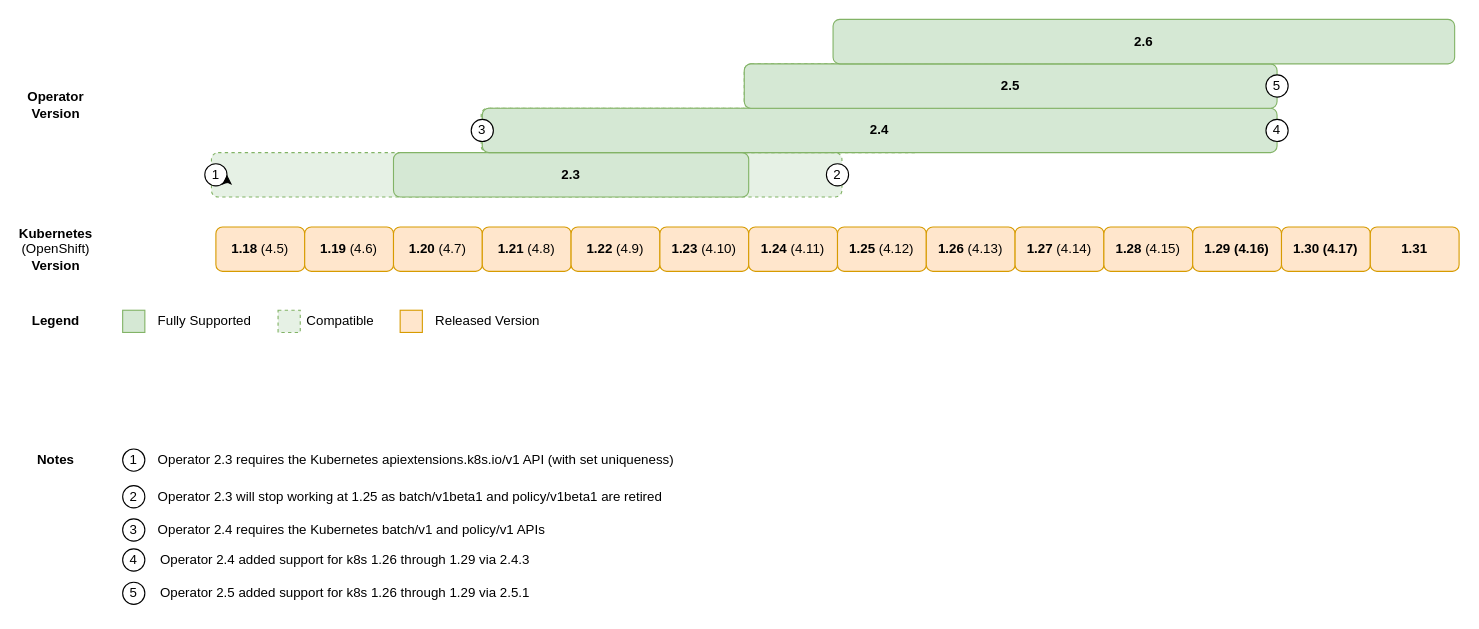
Before: page "Compat Kuberentes" (1 of 3) of drawio-charts/k8s-compat.drawio in couchbase/docs-operator, a draw.io diagram. Source tidied: cells renumbered, new cells numbered last; positions are measured from the earlier drawing's top-left corner, leaving out a move shared by most shapes. Both pictures are drawn from the tidied source at 111%, with x=0, y=0 at pixel (22, 19).
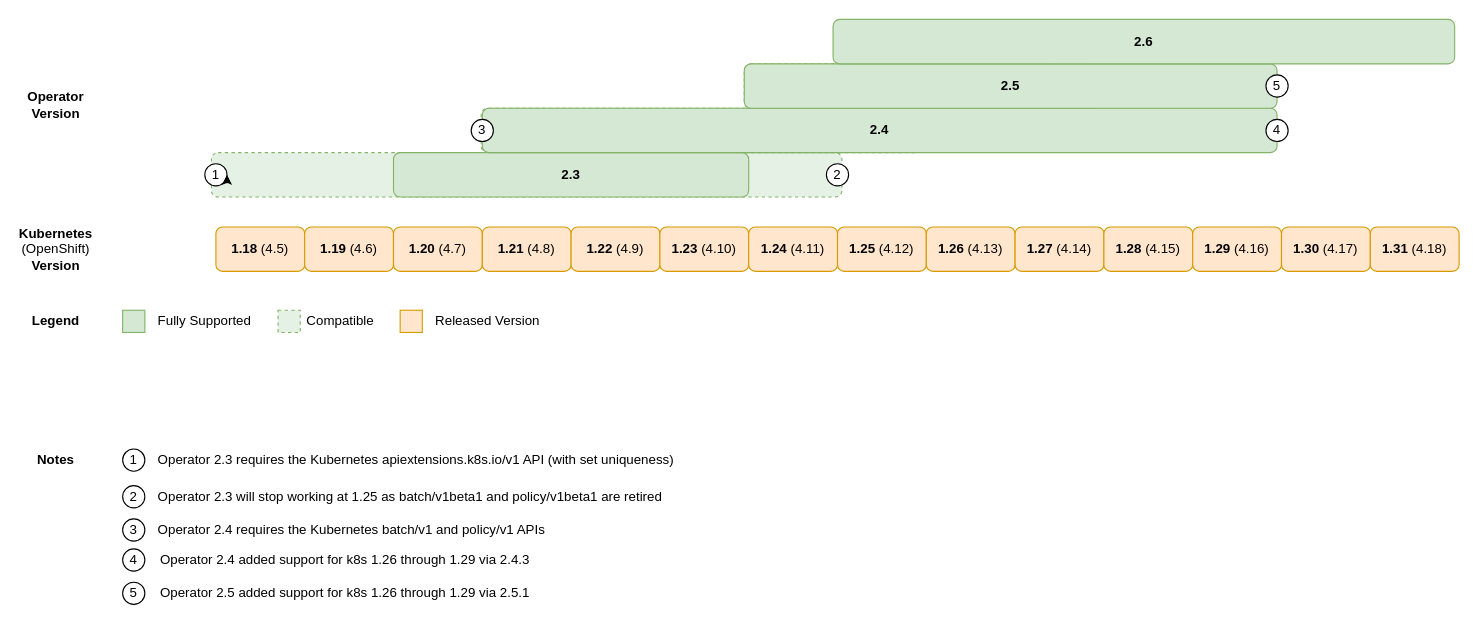
The same diagram, later.

Diff of the diagram source:
```diff
@@
-    <mxCell id="41" value="&lt;b&gt;1.29 (4.16)&lt;/b&gt;" style="rounded=1;whiteSpace=wrap;html=1;fillColor=#ffe6cc;strokeColor=#d79b00;" parent="1" vertex="1">
+    <mxCell id="41" value="&lt;b&gt;1.29 &lt;/b&gt;(4.16)" style="rounded=1;whiteSpace=wrap;html=1;fillColor=#ffe6cc;strokeColor=#d79b00;" parent="1" vertex="1">
       <mxGeometry x="1054" y="187" width="80" height="40" as="geometry" />
     </mxCell>
@@
-    <mxCell id="45" value="&lt;b&gt;1.30 (4.17)&lt;/b&gt;" style="rounded=1;whiteSpace=wrap;html=1;fillColor=#ffe6cc;strokeColor=#d79b00;" parent="1" vertex="1">
+    <mxCell id="45" value="&lt;b&gt;1.30&lt;/b&gt; (4.17)" style="rounded=1;whiteSpace=wrap;html=1;fillColor=#ffe6cc;strokeColor=#d79b00;" parent="1" vertex="1">
       <mxGeometry x="1134" y="187" width="80" height="40" as="geometry" />
     </mxCell>
-    <mxCell id="46" value="&lt;b&gt;1.31&lt;/b&gt;" style="rounded=1;whiteSpace=wrap;html=1;fillColor=#ffe6cc;strokeColor=#d79b00;" parent="1" vertex="1">
+    <mxCell id="46" value="&lt;b&gt;1.31&lt;/b&gt;&amp;nbsp;(4.18)" style="rounded=1;whiteSpace=wrap;html=1;fillColor=#ffe6cc;strokeColor=#d79b00;" parent="1" vertex="1">
       <mxGeometry x="1214" y="187" width="80" height="40" as="geometry" />
     </mxCell>
```
